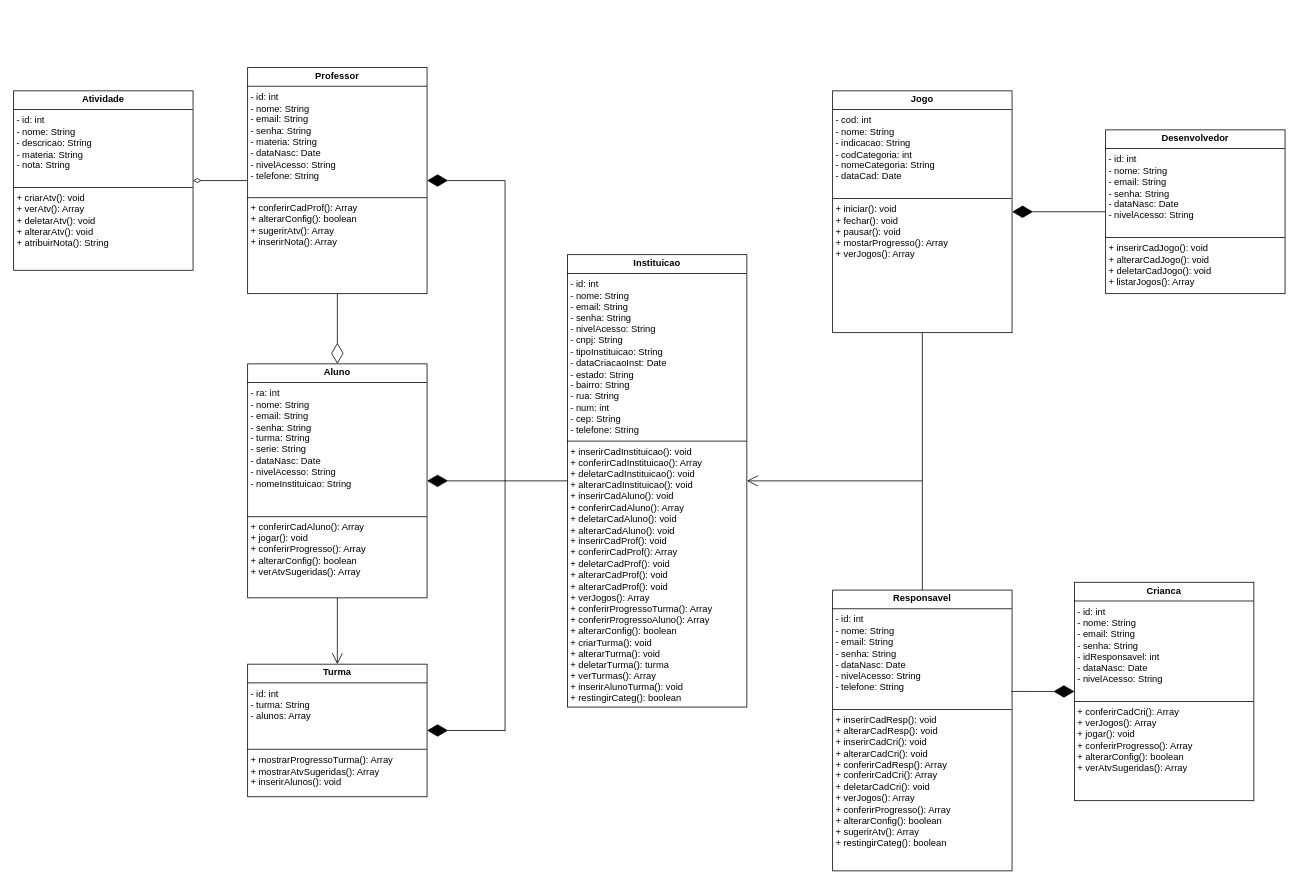
richardcsantos07/LevelUp_TCC keeps this draw.io diagram as uml/Diagrama de Classes/Diagrama_UML_Classes.drawio. Above is the earlier version. Source tidied: cells renumbered, new cells numbered last; positions are measured from the earlier drawing's top-left corner, leaving out a move shared by most shapes. Both pictures are drawn from the tidied source at 78%, with x=0, y=0 at pixel (13, 67).
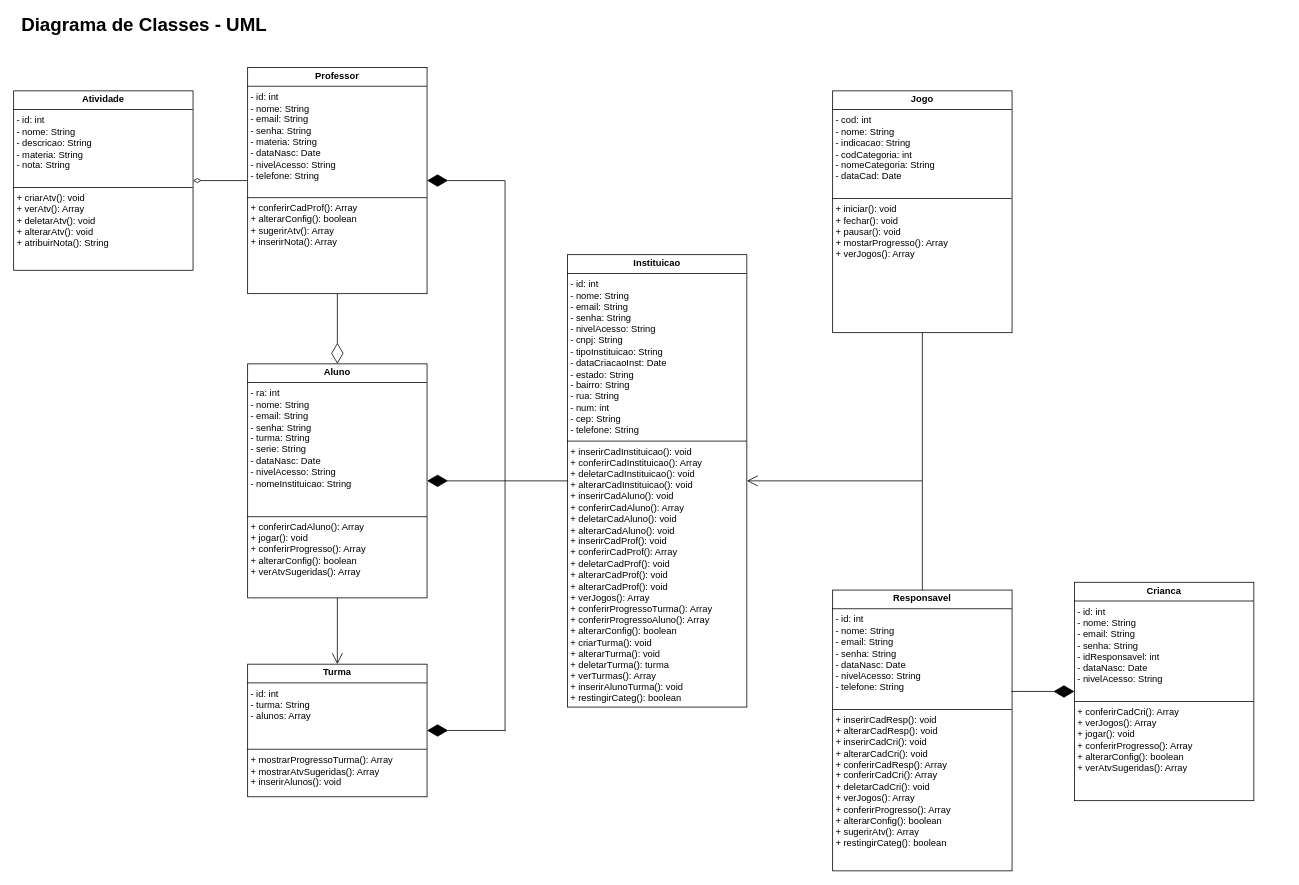
The same page after the edit.

Commit message (it also covers changes not shown here):
updt uml and add delete Aluno and Professor

Unchanged cells that the change refers to:
```xml
<mxCell id="8" value="&lt;p style=&quot;margin:0px;margin-top:4px;text-align:center;&quot;&gt;&lt;b&gt;Jogo&lt;/b&gt;&lt;/p&gt;&lt;hr size=&quot;1&quot; style=&quot;border-style:solid;&quot;&gt;&lt;p style=&quot;margin:0px;margin-left:4px;&quot;&gt;- cod: int&lt;/p&gt;&lt;p style=&quot;margin:0px;margin-left:4px;&quot;&gt;- nome: String&lt;/p&gt;&lt;p style=&quot;margin:0px;margin-left:4px;&quot;&gt;- indicacao: String&lt;/p&gt;&lt;p style=&quot;margin:0px;margin-left:4px;&quot;&gt;- codCategoria: int&lt;/p&gt;&lt;p style=&quot;margin:0px;margin-left:4px;&quot;&gt;- nomeCategoria: String&lt;/p&gt;&lt;p style=&quot;margin:0px;margin-left:4px;&quot;&gt;- dataCad: Date&lt;/p&gt;&lt;p style=&quot;margin:0px;margin-left:4px;&quot;&gt;&lt;br&gt;&lt;/p&gt;&lt;hr size=&quot;1&quot; style=&quot;border-style:solid;&quot;&gt;&lt;p style=&quot;margin:0px;margin-left:4px;&quot;&gt;+ iniciar(): void&lt;/p&gt;&lt;p style=&quot;margin:0px;margin-left:4px;&quot;&gt;+ fechar(): void&lt;/p&gt;&lt;p style=&quot;margin:0px;margin-left:4px;&quot;&gt;+ pausar(): void&lt;/p&gt;&lt;p style=&quot;margin:0px;margin-left:4px;&quot;&gt;+ mostarProgresso(): Array&lt;/p&gt;&lt;p style=&quot;margin:0px;margin-left:4px;&quot;&gt;+ verJogos(): Array&lt;/p&gt;" style="verticalAlign=top;align=left;overflow=fill;html=1;whiteSpace=wrap;" parent="1" vertex="1">
  <mxGeometry x="1050" y="30" width="230" height="310" as="geometry" />
</mxCell>
```

The edit, as a diff of the source:
```diff
@@
-    <mxCell id="9" value="&lt;p style=&quot;margin:0px;margin-top:4px;text-align:center;&quot;&gt;&lt;b&gt;Desenvolvedor&lt;/b&gt;&lt;/p&gt;&lt;hr size=&quot;1&quot; style=&quot;border-style:solid;&quot;&gt;&lt;p style=&quot;margin:0px;margin-left:4px;&quot;&gt;- id: int&lt;/p&gt;&lt;p style=&quot;margin:0px;margin-left:4px;&quot;&gt;- nome: String&lt;/p&gt;&lt;p style=&quot;margin:0px;margin-left:4px;&quot;&gt;- email: String&lt;br&gt;&lt;/p&gt;&lt;p style=&quot;margin:0px;margin-left:4px;&quot;&gt;- senha: String&lt;/p&gt;&lt;p style=&quot;margin:0px;margin-left:4px;&quot;&gt;- dataNasc: Date&lt;br&gt;&lt;/p&gt;&lt;p style=&quot;margin:0px;margin-left:4px;&quot;&gt;- nivelAcesso: String&lt;br&gt;&lt;/p&gt;&lt;p style=&quot;margin:0px;margin-left:4px;&quot;&gt;&lt;br&gt;&lt;/p&gt;&lt;hr size=&quot;1&quot; style=&quot;border-style:solid;&quot;&gt;&lt;p style=&quot;margin:0px;margin-left:4px;&quot;&gt;+ inserirCadJogo(): void&lt;/p&gt;&lt;p style=&quot;margin:0px;margin-left:4px;&quot;&gt;+ alterarCadJogo(): void&lt;/p&gt;&lt;p style=&quot;margin:0px;margin-left:4px;&quot;&gt;+ deletarCadJogo(): void&lt;br&gt;&lt;/p&gt;&lt;p style=&quot;margin:0px;margin-left:4px;&quot;&gt;+ listarJogos(): Array&lt;br&gt;&lt;/p&gt;&lt;p style=&quot;margin:0px;margin-left:4px;&quot;&gt;&lt;br&gt;&lt;/p&gt;" style="verticalAlign=top;align=left;overflow=fill;html=1;whiteSpace=wrap;" parent="1" vertex="1">
-      <mxGeometry x="1400" y="80" width="230" height="210" as="geometry" />
-    </mxCell>
@@
-    <mxCell id="16" style="endArrow=diamondThin;endFill=1;endSize=24;html=1;rounded=0;entryX=1;entryY=0.5;entryDx=0;entryDy=0;exitX=0;exitY=0.5;exitDx=0;exitDy=0;" parent="1" edge="1" source="9" target="8">
-      <mxGeometry relative="1" as="geometry" />
-    </mxCell>
@@
+    <mxCell id="22" value="&lt;font style=&quot;font-size: 24px;&quot;&gt;&lt;b&gt;Diagrama de Classes - UML&lt;/b&gt;&lt;/font&gt;" style="text;html=1;align=center;verticalAlign=middle;whiteSpace=wrap;rounded=0;" parent="1" vertex="1">
+      <mxGeometry y="-69" width="335" height="30" as="geometry" />
+    </mxCell>
```
